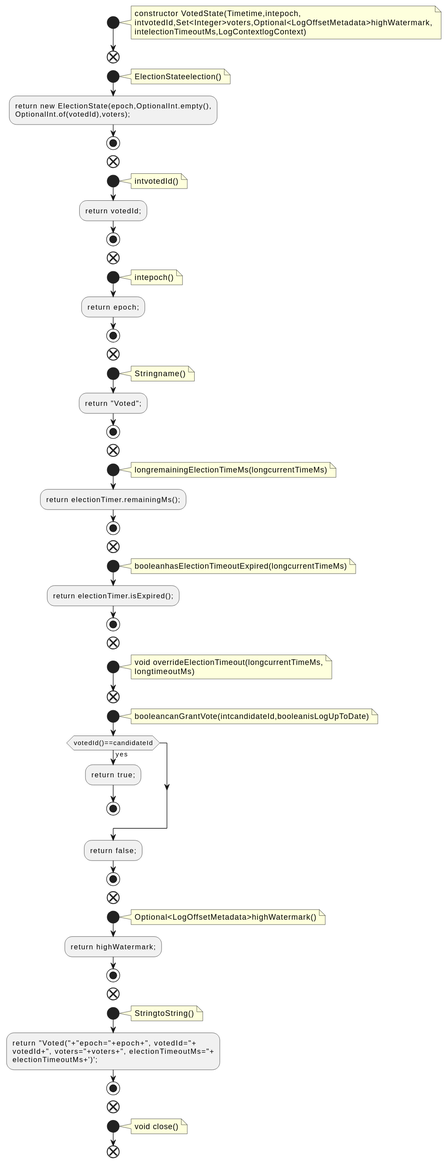
Above: docs/qc/raft/src/main/java/org/apache/kafka/raft/VotedState.java.fct.svg in qualitesys/kafka (PlantUML), before the change. The source it was exported from:
```plantuml
@startuml
!pragma layout smetana
start
note right
constructor VotedState(Timetime,intepoch,
intvotedId,Set<Integer>voters,Optional<LogOffsetMetadata>highWatermark,
intelectionTimeoutMs,LogContextlogContext)
end note
end
start
note right
ElectionStateelection()
end note
:return new ElectionState(epoch,OptionalInt.empty(),
OptionalInt.of(votedId),voters);;
stop
end
start
note right
intvotedId()
end note
:return votedId;;
stop
end
start
note right
intepoch()
end note
:return epoch;;
stop
end
start
note right
Stringname()
end note
:return "Voted";;
stop
end
start
note right
longremainingElectionTimeMs(longcurrentTimeMs)
end note
:return electionTimer.remainingMs();;
stop
end
start
note right
booleanhasElectionTimeoutExpired(longcurrentTimeMs)
end note
:return electionTimer.isExpired();;
stop
end
start
note right
void overrideElectionTimeout(longcurrentTimeMs,
longtimeoutMs)
end note
end
start
note right
booleancanGrantVote(intcandidateId,booleanisLogUpToDate)
end note
if (votedId()==candidateId) then (yes)
:return true;;
stop
endif
:return false;;
stop
end
start
note right
Optional<LogOffsetMetadata>highWatermark()
end note
:return highWatermark;;
stop
end
start
note right
StringtoString()
end note
:return "Voted("+"epoch="+epoch+", votedId="+
votedId+", voters="+voters+", electionTimeoutMs="+
electionTimeoutMs+')';;
stop
end
start
note right
void close()
end note
end
@enduml
```
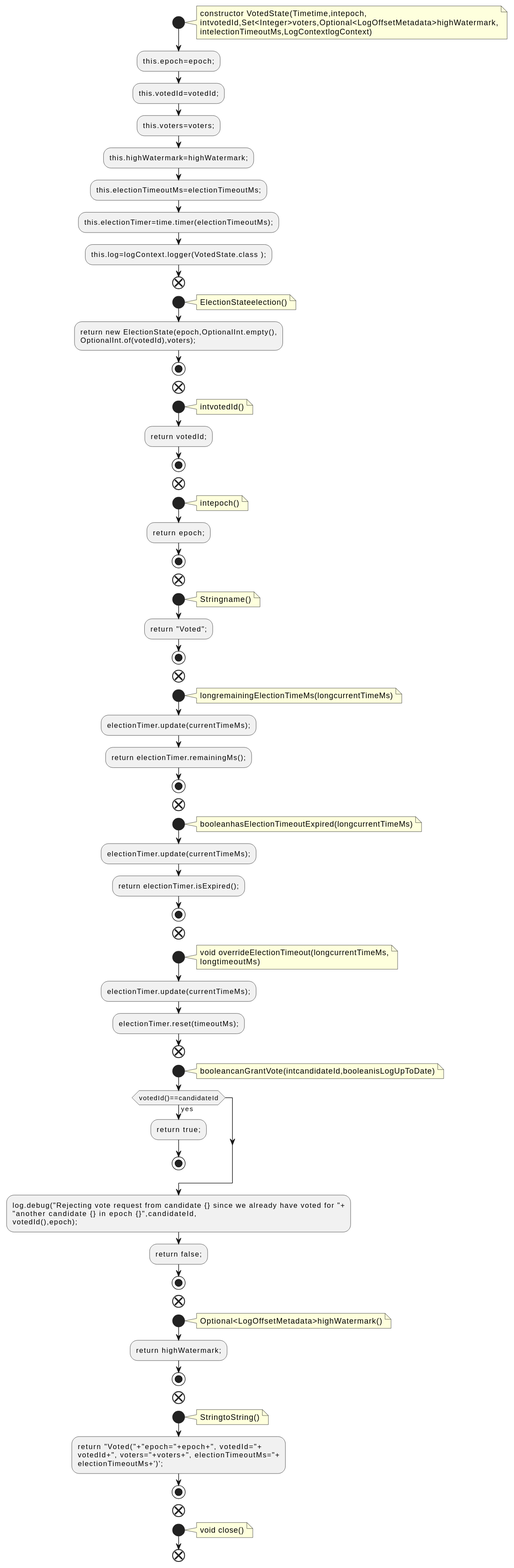
The same diagram one commit later.

Diff of the diagram source:
```diff
@@ -6,6 +6,13 @@
 intvotedId,Set<Integer>voters,Optional<LogOffsetMetadata>highWatermark,
 intelectionTimeoutMs,LogContextlogContext)
 end note
+:this.epoch=epoch;;
+:this.votedId=votedId;;
+:this.voters=voters;;
+:this.highWatermark=highWatermark;;
+:this.electionTimeoutMs=electionTimeoutMs;;
+:this.electionTimer=time.timer(electionTimeoutMs);;
+:this.log=logContext.logger(VotedState.class );;
 end
 start
 note right
@@ -40,6 +47,7 @@
 note right
 longremainingElectionTimeMs(longcurrentTimeMs)
 end note
+:electionTimer.update(currentTimeMs);;
 :return electionTimer.remainingMs();;
 stop
 end
@@ -47,6 +55,7 @@
 note right
 booleanhasElectionTimeoutExpired(longcurrentTimeMs)
 end note
+:electionTimer.update(currentTimeMs);;
 :return electionTimer.isExpired();;
 stop
 end
@@ -55,6 +64,8 @@
 void overrideElectionTimeout(longcurrentTimeMs,
 longtimeoutMs)
 end note
+:electionTimer.update(currentTimeMs);;
+:electionTimer.reset(timeoutMs);;
 end
 start
 note right
@@ -64,6 +75,9 @@
 :return true;;
 stop
 endif
+:log.debug("Rejecting vote request from candidate {} since we already have voted for "+
+"another candidate {} in epoch {}",candidateId,
+votedId(),epoch);;
 :return false;;
 stop
 end
```
